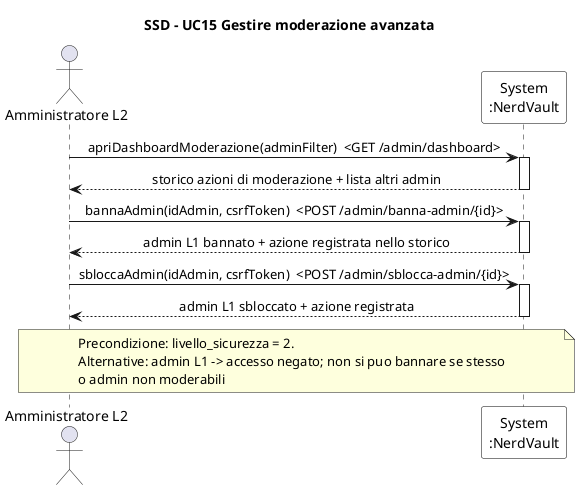
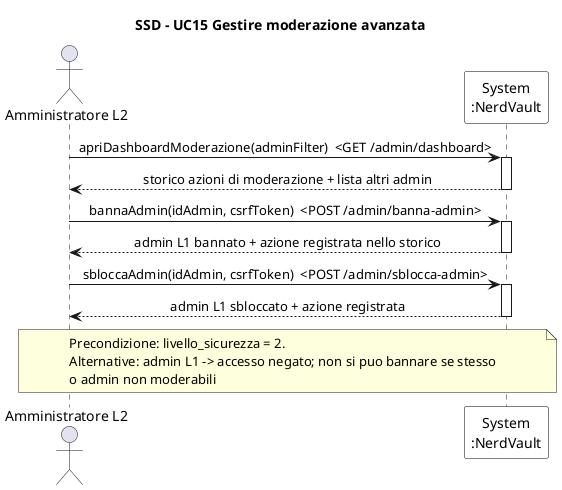
@startuml SSD_UC15_ModerazioneAvanzata
' System Sequence Diagram - UC15 Gestire moderazione avanzata
title SSD - UC15 Gestire moderazione avanzata

skinparam sequenceMessageAlign center
skinparam participant {
  BorderColor black
  BackgroundColor white
}

actor "Amministratore L2" as U
participant "System\n:NerdVault" as S

U -> S : apriDashboardModerazione(adminFilter)  <GET /admin/dashboard>
activate S
S --> U : storico azioni di moderazione + lista altri admin
deactivate S

- U -> S : bannaAdmin(idAdmin, csrfToken)  <POST /admin/banna-admin/{id}>
+ U -> S : bannaAdmin(idAdmin, csrfToken)  <POST /admin/banna-admin>
activate S
S --> U : admin L1 bannato + azione registrata nello storico
deactivate S

- U -> S : sbloccaAdmin(idAdmin, csrfToken)  <POST /admin/sblocca-admin/{id}>
+ U -> S : sbloccaAdmin(idAdmin, csrfToken)  <POST /admin/sblocca-admin>
activate S
S --> U : admin L1 sbloccato + azione registrata
deactivate S

note over U, S
  Precondizione: livello_sicurezza = 2.
  Alternative: admin L1 -> accesso negato; non si puo bannare se stesso
  o admin non moderabili
end note
@enduml
